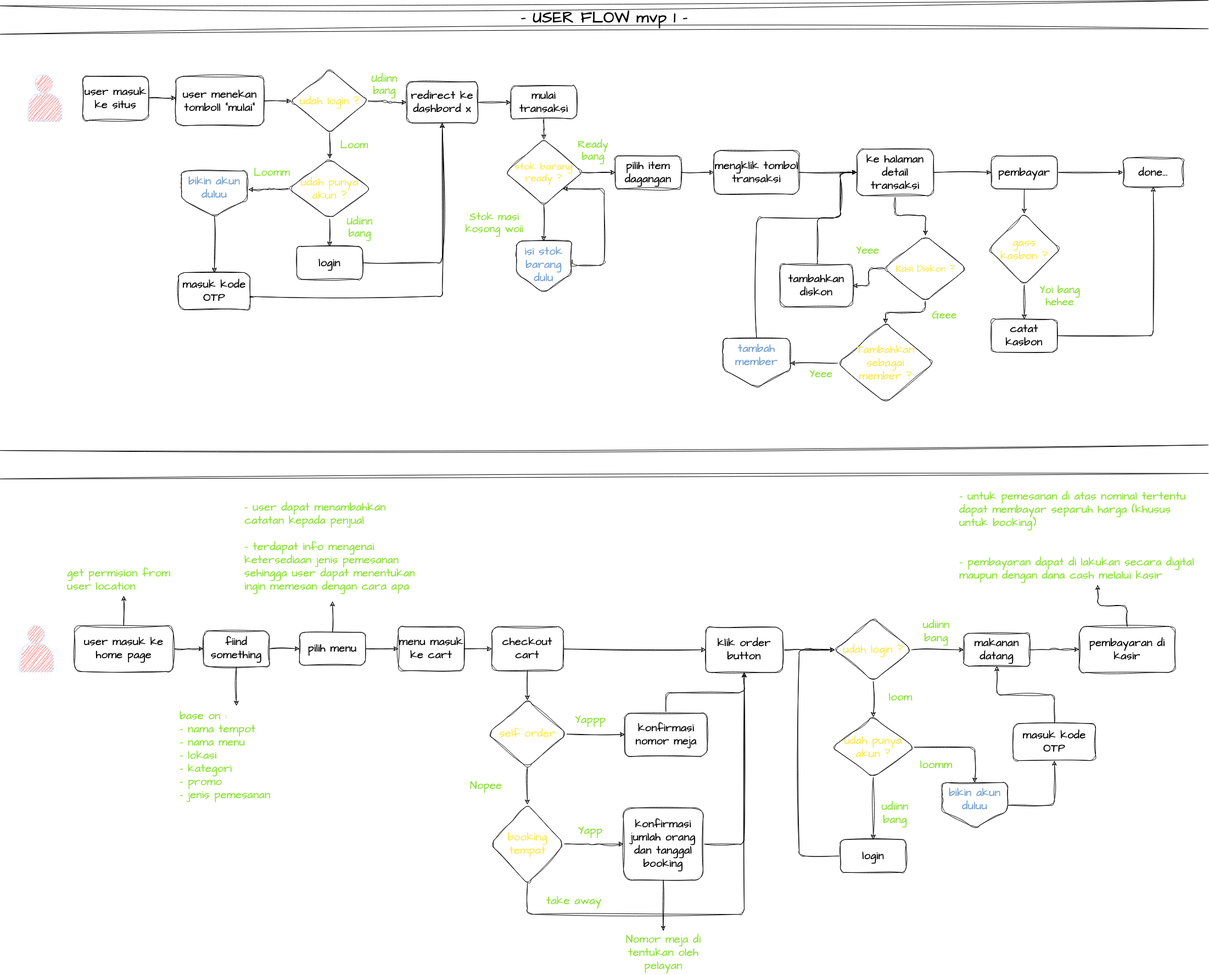
Above: Untitled Diagram.drawio.png in Petrichor-Dev/mypos (draw.io), before the change. Source tidied: cells renumbered, new cells last; positions are measured from the earlier drawing's top-left corner, leaving out a move shared by most shapes.
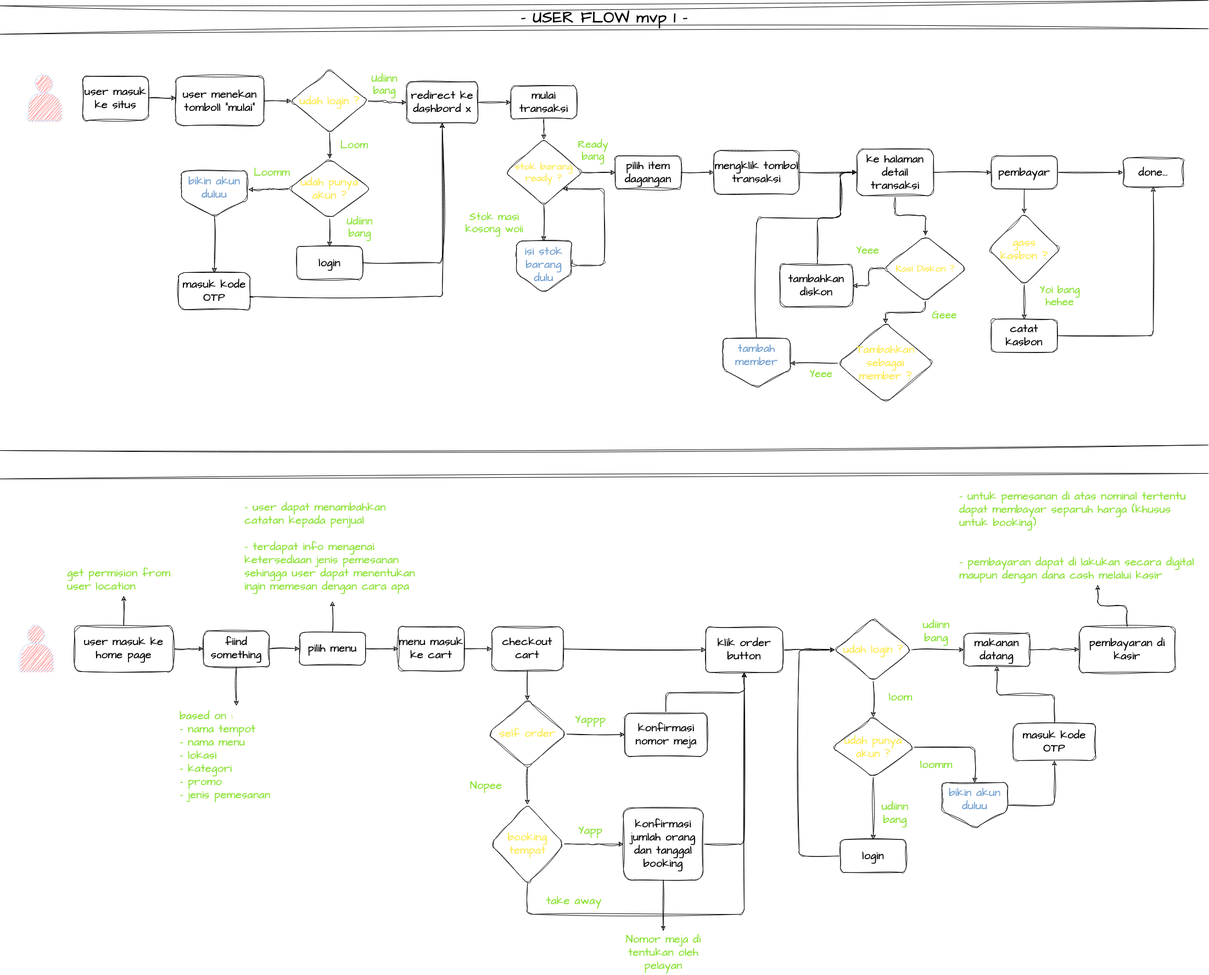
Later version of the same file.

Change to the diagram source:
```diff
@@ -332,7 +332,7 @@
     <mxCell id="97" value="login" style="whiteSpace=wrap;html=1;fontSize=20;fontFamily=Architects Daughter;rounded=1;sketch=1;curveFitting=1;jiggle=2;hachureGap=4;fontSource=https%3A%2F%2Ffonts.googleapis.com%2Fcss%3Ffamily%3DArchitects%2BDaughter;labelBackgroundColor=none;fontStyle=1;" parent="1" vertex="1">
       <mxGeometry x="1530" y="1502.8" width="120" height="60" as="geometry" />
     </mxCell>
-    <mxCell id="98" value="&lt;div&gt;&lt;font color=&quot;#8ae234&quot;&gt;&lt;span&gt;base on :&lt;/span&gt;&lt;/font&gt;&lt;/div&gt;&lt;font color=&quot;#8ae234&quot;&gt;- nama tempot&lt;br&gt;- nama menu&lt;br&gt;&lt;/font&gt;&lt;div&gt;&lt;font color=&quot;#8ae234&quot;&gt;- lokasi&lt;/font&gt;&lt;/div&gt;&lt;div&gt;&lt;font color=&quot;#8ae234&quot;&gt;- kategori&lt;/font&gt;&lt;/div&gt;&lt;div&gt;&lt;font color=&quot;#8ae234&quot;&gt;- promo&lt;/font&gt;&lt;/div&gt;&lt;div&gt;&lt;font color=&quot;#8ae234&quot;&gt;- jenis pemesanan&lt;br&gt;&lt;/font&gt;&lt;/div&gt;" style="text;strokeColor=none;align=left;fillColor=none;html=1;verticalAlign=top;whiteSpace=wrap;rounded=0;sketch=1;hachureGap=4;jiggle=2;curveFitting=1;fontFamily=Architects Daughter;fontSource=https%3A%2F%2Ffonts.googleapis.com%2Fcss%3Ffamily%3DArchitects%2BDaughter;fontSize=20;horizontal=1;fontStyle=1;" parent="1" vertex="1">
+    <mxCell id="98" value="&lt;div&gt;&lt;font color=&quot;#8ae234&quot;&gt;&lt;span&gt;based on :&lt;/span&gt;&lt;/font&gt;&lt;/div&gt;&lt;font color=&quot;#8ae234&quot;&gt;- nama tempot&lt;br&gt;- nama menu&lt;br&gt;&lt;/font&gt;&lt;div&gt;&lt;font color=&quot;#8ae234&quot;&gt;- lokasi&lt;/font&gt;&lt;/div&gt;&lt;div&gt;&lt;font color=&quot;#8ae234&quot;&gt;- kategori&lt;/font&gt;&lt;/div&gt;&lt;div&gt;&lt;font color=&quot;#8ae234&quot;&gt;- promo&lt;/font&gt;&lt;/div&gt;&lt;div&gt;&lt;font color=&quot;#8ae234&quot;&gt;- jenis pemesanan&lt;br&gt;&lt;/font&gt;&lt;/div&gt;" style="text;strokeColor=none;align=left;fillColor=none;html=1;verticalAlign=top;whiteSpace=wrap;rounded=0;sketch=1;hachureGap=4;jiggle=2;curveFitting=1;fontFamily=Architects Daughter;fontSource=https%3A%2F%2Ffonts.googleapis.com%2Fcss%3Ffamily%3DArchitects%2BDaughter;fontSize=20;horizontal=1;fontStyle=1;" parent="1" vertex="1">
       <mxGeometry x="325" y="1259" width="210" height="193.8" as="geometry" />
     </mxCell>
     <mxCell id="99" style="edgeStyle=orthogonalEdgeStyle;rounded=1;sketch=1;hachureGap=4;jiggle=2;curveFitting=1;jettySize=auto;html=1;labelBorderColor=#c17d11;fontFamily=Architects Daughter;fontSource=https%3A%2F%2Ffonts.googleapis.com%2Fcss%3Ffamily%3DArchitects%2BDaughter;fontSize=16;fontColor=#8ae234;" parent="1" edge="1" source="100" target="84">
```
